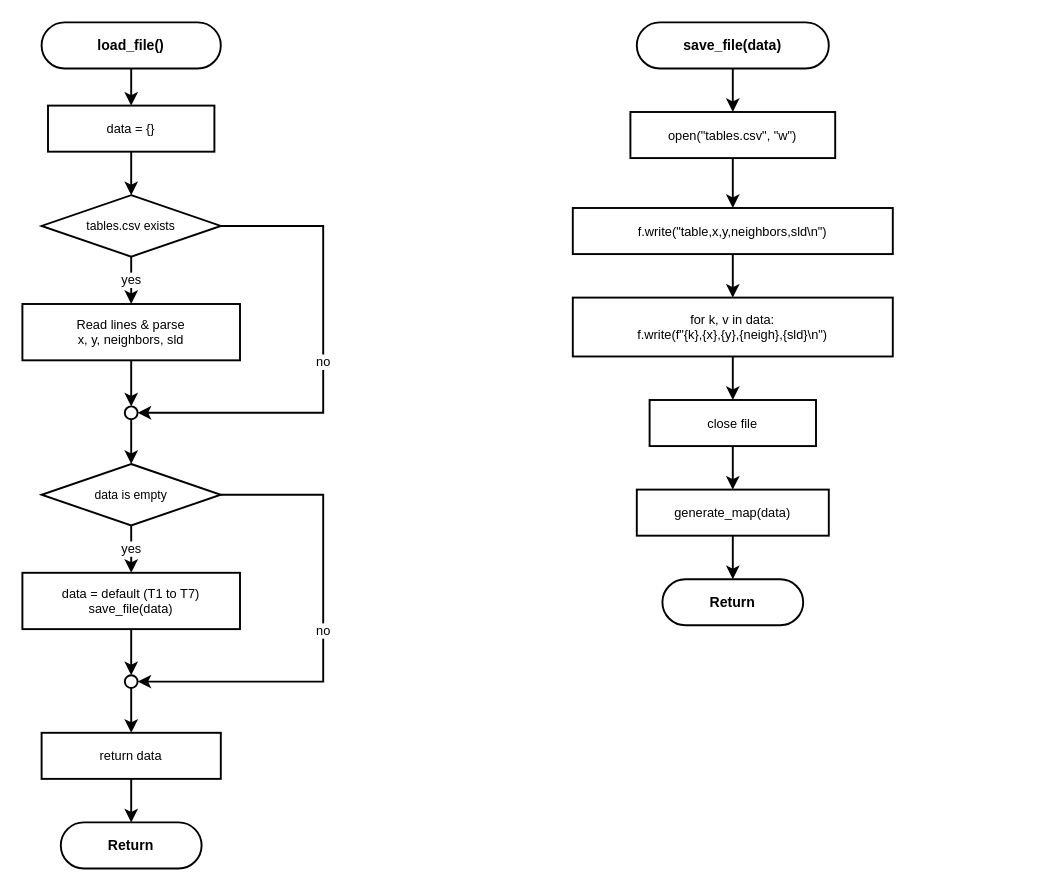
Before: program002/flowchart/11_file_io.drawio in kittiphong064008-cyber/AI-Coding, a draw.io diagram. Source tidied: cells renumbered, new cells numbered last; positions are measured from the earlier drawing's top-left corner, leaving out a move shared by most shapes. Both pictures are drawn from the tidied source at 128%, with x=0, y=0 at pixel (22, 22).
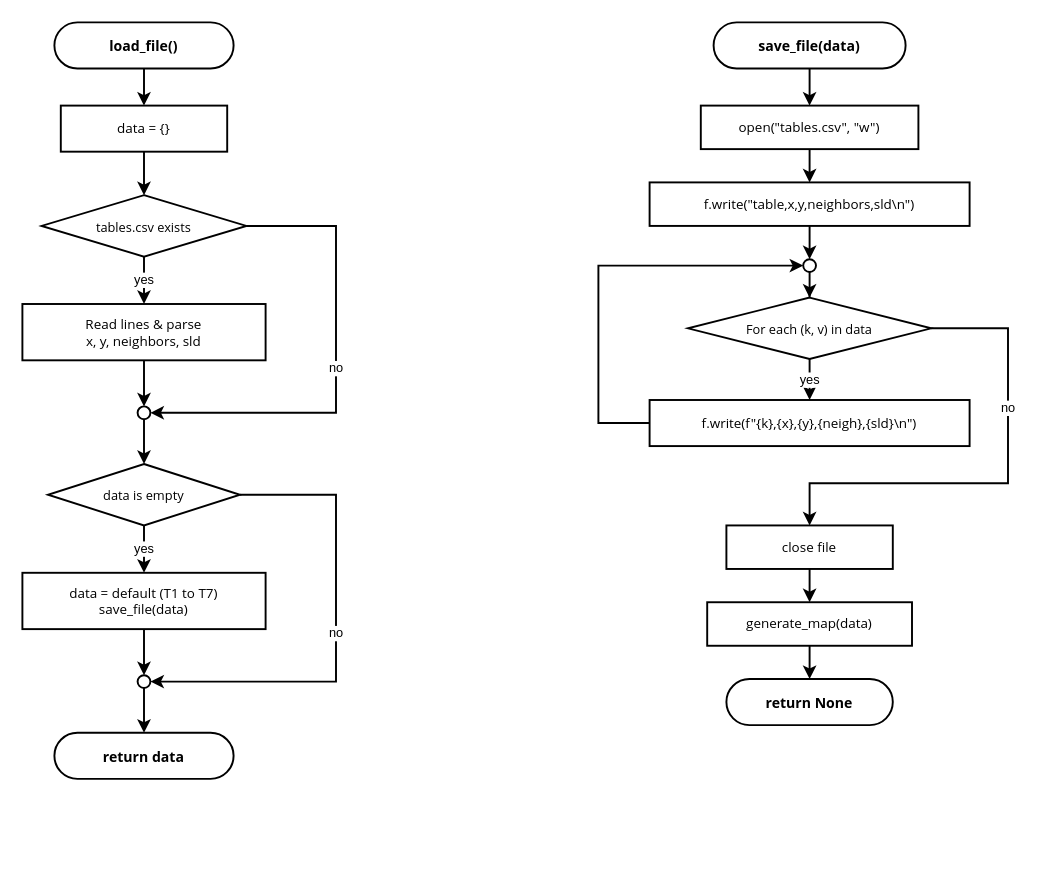
After the change.

Diff of the diagram source:
```diff
@@
-    <mxCell id="2" value="load_file()" style="rounded=1;whiteSpace=wrap;html=1;arcSize=50;fillColor=#ffffff;strokeColor=#000000;strokeWidth=1.5;fontSize=11;fontFamily=Helvetica;fontStyle=1;" parent="1" vertex="1">
-      <mxGeometry x="15" width="140" height="36" as="geometry" />
+    <mxCell id="2" value="load_file()" style="rounded=1;whiteSpace=wrap;html=1;arcSize=50;fillColor=#ffffff;strokeColor=#000000;strokeWidth=1.5;fontSize=11;fontFamily=Segoe UI;fontStyle=1;" parent="1" vertex="1">
+      <mxGeometry x="25" width="140" height="36" as="geometry" />
     </mxCell>
-    <mxCell id="3" value="data = {}" style="rounded=0;whiteSpace=wrap;html=1;fillColor=#ffffff;strokeColor=#000000;strokeWidth=1.5;fontSize=10;fontFamily=Helvetica;" parent="1" vertex="1">
-      <mxGeometry x="20" y="65" width="130" height="36" as="geometry" />
+    <mxCell id="3" value="data = {}" style="rounded=0;whiteSpace=wrap;html=1;fillColor=#ffffff;strokeColor=#000000;strokeWidth=1.5;fontSize=10.5;fontFamily=Segoe UI;" parent="1" vertex="1">
+      <mxGeometry x="30" y="65" width="130" height="36" as="geometry" />
     </mxCell>
-    <mxCell id="4" value="tables.csv exists" style="rhombus;whiteSpace=wrap;html=1;fillColor=#ffffff;strokeColor=#000000;strokeWidth=1.5;fontSize=9.5;fontFamily=Helvetica;" parent="1" vertex="1">
-      <mxGeometry x="15" y="135" width="140" height="48" as="geometry" />
+    <mxCell id="4" value="tables.csv exists" style="rhombus;whiteSpace=wrap;html=1;fillColor=#ffffff;strokeColor=#000000;strokeWidth=1.5;fontSize=10;fontFamily=Segoe UI;" parent="1" vertex="1">
+      <mxGeometry x="15" y="135" width="160" height="48" as="geometry" />
     </mxCell>
-    <mxCell id="5" value="Read lines &amp; parse&#10;x, y, neighbors, sld" style="rounded=0;whiteSpace=wrap;html=1;fillColor=#ffffff;strokeColor=#000000;strokeWidth=1.5;fontSize=10;fontFamily=Helvetica;" parent="1" vertex="1">
-      <mxGeometry y="220" width="170" height="44" as="geometry" />
+    <mxCell id="5" value="Read lines &amp; parse&#10;x, y, neighbors, sld" style="rounded=0;whiteSpace=wrap;html=1;fillColor=#ffffff;strokeColor=#000000;strokeWidth=1.5;fontSize=10.5;fontFamily=Segoe UI;" parent="1" vertex="1">
+      <mxGeometry y="220" width="190" height="44" as="geometry" />
     </mxCell>
     <mxCell id="6" style="ellipse;whiteSpace=wrap;html=1;fillColor=#ffffff;strokeColor=#000000;strokeWidth=1.5;" parent="1" vertex="1">
-      <mxGeometry x="80" y="300" width="10" height="10" as="geometry" />
+      <mxGeometry x="90" y="300" width="10" height="10" as="geometry" />
     </mxCell>
-    <mxCell id="7" value="data is empty" style="rhombus;whiteSpace=wrap;html=1;fillColor=#ffffff;strokeColor=#000000;strokeWidth=1.5;fontSize=9.5;fontFamily=Helvetica;" parent="1" vertex="1">
-      <mxGeometry x="15" y="345" width="140" height="48" as="geometry" />
+    <mxCell id="7" value="data is empty" style="rhombus;whiteSpace=wrap;html=1;fillColor=#ffffff;strokeColor=#000000;strokeWidth=1.5;fontSize=10;fontFamily=Segoe UI;" parent="1" vertex="1">
+      <mxGeometry x="20" y="345" width="150" height="48" as="geometry" />
     </mxCell>
-    <mxCell id="8" value="data = default (T1 to T7)&#10;save_file(data)" style="rounded=0;whiteSpace=wrap;html=1;fillColor=#ffffff;strokeColor=#000000;strokeWidth=1.5;fontSize=10;fontFamily=Helvetica;" parent="1" vertex="1">
-      <mxGeometry y="430" width="170" height="44" as="geometry" />
+    <mxCell id="8" value="data = default (T1 to T7)&#10;save_file(data)" style="rounded=0;whiteSpace=wrap;html=1;fillColor=#ffffff;strokeColor=#000000;strokeWidth=1.5;fontSize=10.5;fontFamily=Segoe UI;" parent="1" vertex="1">
+      <mxGeometry y="430" width="190" height="44" as="geometry" />
     </mxCell>
     <mxCell id="9" style="ellipse;whiteSpace=wrap;html=1;fillColor=#ffffff;strokeColor=#000000;strokeWidth=1.5;" parent="1" vertex="1">
-      <mxGeometry x="80" y="510" width="10" height="10" as="geometry" />
+      <mxGeometry x="90" y="510" width="10" height="10" as="geometry" />
     </mxCell>
-    <mxCell id="10" value="return data" style="rounded=0;whiteSpace=wrap;html=1;fillColor=#ffffff;strokeColor=#000000;strokeWidth=1.5;fontSize=10;fontFamily=Helvetica;" parent="1" vertex="1">
-      <mxGeometry x="15" y="555" width="140" height="36" as="geometry" />
-    </mxCell>
-    <mxCell id="11" value="Return" style="rounded=1;whiteSpace=wrap;html=1;arcSize=50;fillColor=#ffffff;strokeColor=#000000;strokeWidth=1.5;fontSize=11;fontFamily=Helvetica;fontStyle=1;" parent="1" vertex="1">
-      <mxGeometry x="30" y="625" width="110" height="36" as="geometry" />
+    <mxCell id="11" value="return data" style="rounded=1;whiteSpace=wrap;html=1;arcSize=50;fillColor=#ffffff;strokeColor=#000000;strokeWidth=1.5;fontSize=11;fontFamily=Segoe UI;fontStyle=1;" parent="1" vertex="1">
+      <mxGeometry x="25" y="555" width="140" height="36" as="geometry" />
     </mxCell>
-    <mxCell id="12" value="save_file(data)" style="rounded=1;whiteSpace=wrap;html=1;arcSize=50;fillColor=#ffffff;strokeColor=#000000;strokeWidth=1.5;fontSize=11;fontFamily=Helvetica;fontStyle=1;" parent="1" vertex="1">
-      <mxGeometry x="480" width="150" height="36" as="geometry" />
+    <mxCell id="12" value="save_file(data)" style="rounded=1;whiteSpace=wrap;html=1;arcSize=50;fillColor=#ffffff;strokeColor=#000000;strokeWidth=1.5;fontSize=11;fontFamily=Segoe UI;fontStyle=1;" parent="1" vertex="1">
+      <mxGeometry x="540" width="150" height="36" as="geometry" />
     </mxCell>
-    <mxCell id="13" value="open(&quot;tables.csv&quot;, &quot;w&quot;)" style="rounded=0;whiteSpace=wrap;html=1;fillColor=#ffffff;strokeColor=#000000;strokeWidth=1.5;fontSize=10;fontFamily=Helvetica;" parent="1" vertex="1">
-      <mxGeometry x="475" y="70" width="160" height="36" as="geometry" />
+    <mxCell id="13" value="open(&quot;tables.csv&quot;, &quot;w&quot;)" style="rounded=0;whiteSpace=wrap;html=1;fillColor=#ffffff;strokeColor=#000000;strokeWidth=1.5;fontSize=10.5;fontFamily=Segoe UI;" parent="1" vertex="1">
+      <mxGeometry x="530" y="65" width="170" height="34" as="geometry" />
     </mxCell>
-    <mxCell id="14" value="f.write(&quot;table,x,y,neighbors,sld\n&quot;)" style="rounded=0;whiteSpace=wrap;html=1;fillColor=#ffffff;strokeColor=#000000;strokeWidth=1.5;fontSize=10;fontFamily=Helvetica;" parent="1" vertex="1">
-      <mxGeometry x="430" y="145" width="250" height="36" as="geometry" />
+    <mxCell id="14" value="f.write(&quot;table,x,y,neighbors,sld\n&quot;)" style="rounded=0;whiteSpace=wrap;html=1;fillColor=#ffffff;strokeColor=#000000;strokeWidth=1.5;fontSize=10.5;fontFamily=Segoe UI;" parent="1" vertex="1">
+      <mxGeometry x="490" y="125" width="250" height="34" as="geometry" />
     </mxCell>
-    <mxCell id="15" value="for k, v in data:&#10;f.write(f&quot;{k},{x},{y},{neigh},{sld}\n&quot;)" style="rounded=0;whiteSpace=wrap;html=1;fillColor=#ffffff;strokeColor=#000000;strokeWidth=1.5;fontSize=10;fontFamily=Helvetica;" parent="1" vertex="1">
-      <mxGeometry x="430" y="215" width="250" height="46" as="geometry" />
-    </mxCell>
+    <mxCell id="36" style="ellipse;whiteSpace=wrap;html=1;fillColor=#ffffff;strokeColor=#000000;strokeWidth=1.5;" parent="1" vertex="1">
+      <mxGeometry x="610" y="185" width="10" height="10" as="geometry" />
+    </mxCell>
+    <mxCell id="37" value="For each (k, v) in data" style="rhombus;whiteSpace=wrap;html=1;fillColor=#ffffff;strokeColor=#000000;strokeWidth=1.5;fontSize=10;fontFamily=Segoe UI;" parent="1" vertex="1">
+      <mxGeometry x="520" y="215" width="190" height="48" as="geometry" />
+    </mxCell>
+    <mxCell id="38" value="f.write(f&quot;{k},{x},{y},{neigh},{sld}\n&quot;)" style="rounded=0;whiteSpace=wrap;html=1;fillColor=#ffffff;strokeColor=#000000;strokeWidth=1.5;fontSize=10.5;fontFamily=Segoe UI;" parent="1" vertex="1">
+      <mxGeometry x="490" y="295" width="250" height="36" as="geometry" />
+    </mxCell>
-    <mxCell id="16" value="close file" style="rounded=0;whiteSpace=wrap;html=1;fillColor=#ffffff;strokeColor=#000000;strokeWidth=1.5;fontSize=10;fontFamily=Helvetica;" parent="1" vertex="1">
-      <mxGeometry x="490" y="295" width="130" height="36" as="geometry" />
+    <mxCell id="16" value="close file" style="rounded=0;whiteSpace=wrap;html=1;fillColor=#ffffff;strokeColor=#000000;strokeWidth=1.5;fontSize=10.5;fontFamily=Segoe UI;" parent="1" vertex="1">
+      <mxGeometry x="550" y="393" width="130" height="34" as="geometry" />
     </mxCell>
-    <mxCell id="17" value="generate_map(data)" style="rounded=0;whiteSpace=wrap;html=1;fillColor=#ffffff;strokeColor=#000000;strokeWidth=1.5;fontSize=10;fontFamily=Helvetica;" parent="1" vertex="1">
-      <mxGeometry x="480" y="365" width="150" height="36" as="geometry" />
+    <mxCell id="17" value="generate_map(data)" style="rounded=0;whiteSpace=wrap;html=1;fillColor=#ffffff;strokeColor=#000000;strokeWidth=1.5;fontSize=10.5;fontFamily=Segoe UI;" parent="1" vertex="1">
+      <mxGeometry x="535" y="453" width="160" height="34" as="geometry" />
     </mxCell>
-    <mxCell id="18" value="Return" style="rounded=1;whiteSpace=wrap;html=1;arcSize=50;fillColor=#ffffff;strokeColor=#000000;strokeWidth=1.5;fontSize=11;fontFamily=Helvetica;fontStyle=1;" parent="1" vertex="1">
-      <mxGeometry x="500" y="435" width="110" height="36" as="geometry" />
+    <mxCell id="18" value="return None" style="rounded=1;whiteSpace=wrap;html=1;arcSize=50;fillColor=#ffffff;strokeColor=#000000;strokeWidth=1.5;fontSize=11;fontFamily=Segoe UI;fontStyle=1;" parent="1" vertex="1">
+      <mxGeometry x="550" y="513" width="130" height="36" as="geometry" />
     </mxCell>
@@
     <mxCell id="23" value="no" style="edgeStyle=orthogonalEdgeStyle;rounded=0;jettySize=auto;html=1;strokeWidth=1.5;strokeColor=#000000;fontSize=10;fontColor=#000000;exitX=1;exitY=0.5;exitDx=0;exitDy=0;entryX=1;entryY=0.5;entryDx=0;entryDy=0;" parent="1" edge="1" source="4" target="6">
       <mxGeometry relative="1" as="geometry">
         <Array as="points">
-          <mxPoint x="235" y="159" />
-          <mxPoint x="235" y="305" />
+          <mxPoint x="245" y="159" />
+          <mxPoint x="245" y="305" />
         </Array>
       </mxGeometry>
     </mxCell>
@@
     <mxCell id="27" value="no" style="edgeStyle=orthogonalEdgeStyle;rounded=0;jettySize=auto;html=1;strokeWidth=1.5;strokeColor=#000000;fontSize=10;fontColor=#000000;exitX=1;exitY=0.5;exitDx=0;exitDy=0;entryX=1;entryY=0.5;entryDx=0;entryDy=0;" parent="1" edge="1" source="7" target="9">
       <mxGeometry relative="1" as="geometry">
         <Array as="points">
-          <mxPoint x="235" y="369" />
-          <mxPoint x="235" y="515" />
+          <mxPoint x="245" y="369" />
+          <mxPoint x="245" y="515" />
         </Array>
       </mxGeometry>
     </mxCell>
-    <mxCell id="28" style="edgeStyle=orthogonalEdgeStyle;rounded=0;jettySize=auto;html=1;strokeWidth=1.5;strokeColor=#000000;fontSize=10;fontColor=#000000;" parent="1" edge="1" source="9" target="10">
+    <mxCell id="28" style="edgeStyle=orthogonalEdgeStyle;rounded=0;jettySize=auto;html=1;strokeWidth=1.5;strokeColor=#000000;fontSize=10;fontColor=#000000;" parent="1" edge="1" source="9" target="11">
       <mxGeometry relative="1" as="geometry" />
     </mxCell>
-    <mxCell id="29" style="edgeStyle=orthogonalEdgeStyle;rounded=0;jettySize=auto;html=1;strokeWidth=1.5;strokeColor=#000000;fontSize=10;fontColor=#000000;" parent="1" edge="1" source="10" target="11">
+    <mxCell id="29" style="edgeStyle=orthogonalEdgeStyle;rounded=0;jettySize=auto;html=1;strokeWidth=1.5;strokeColor=#000000;fontSize=10;fontColor=#000000;" parent="1" edge="1" source="12" target="13">
       <mxGeometry relative="1" as="geometry" />
     </mxCell>
-    <mxCell id="30" style="edgeStyle=orthogonalEdgeStyle;rounded=0;jettySize=auto;html=1;strokeWidth=1.5;strokeColor=#000000;fontSize=10;fontColor=#000000;" parent="1" edge="1" source="12" target="13">
+    <mxCell id="30" style="edgeStyle=orthogonalEdgeStyle;rounded=0;jettySize=auto;html=1;strokeWidth=1.5;strokeColor=#000000;fontSize=10;fontColor=#000000;" parent="1" edge="1" source="13" target="14">
       <mxGeometry relative="1" as="geometry" />
     </mxCell>
-    <mxCell id="31" style="edgeStyle=orthogonalEdgeStyle;rounded=0;jettySize=auto;html=1;strokeWidth=1.5;strokeColor=#000000;fontSize=10;fontColor=#000000;" parent="1" edge="1" source="13" target="14">
+    <mxCell id="31" style="edgeStyle=orthogonalEdgeStyle;rounded=0;jettySize=auto;html=1;strokeWidth=1.5;strokeColor=#000000;fontSize=10;fontColor=#000000;" parent="1" edge="1" source="14" target="36">
       <mxGeometry relative="1" as="geometry" />
     </mxCell>
-    <mxCell id="32" style="edgeStyle=orthogonalEdgeStyle;rounded=0;jettySize=auto;html=1;strokeWidth=1.5;strokeColor=#000000;fontSize=10;fontColor=#000000;" parent="1" edge="1" source="14" target="15">
+    <mxCell id="32" style="edgeStyle=orthogonalEdgeStyle;rounded=0;jettySize=auto;html=1;strokeWidth=1.5;strokeColor=#000000;fontSize=10;fontColor=#000000;" parent="1" edge="1" source="36" target="37">
       <mxGeometry relative="1" as="geometry" />
     </mxCell>
-    <mxCell id="33" style="edgeStyle=orthogonalEdgeStyle;rounded=0;jettySize=auto;html=1;strokeWidth=1.5;strokeColor=#000000;fontSize=10;fontColor=#000000;" parent="1" edge="1" source="15" target="16">
+    <mxCell id="33" value="yes" style="edgeStyle=orthogonalEdgeStyle;rounded=0;jettySize=auto;html=1;strokeWidth=1.5;strokeColor=#000000;fontSize=10;fontColor=#000000;" parent="1" edge="1" source="37" target="38">
       <mxGeometry relative="1" as="geometry" />
     </mxCell>
-    <mxCell id="34" style="edgeStyle=orthogonalEdgeStyle;rounded=0;jettySize=auto;html=1;strokeWidth=1.5;strokeColor=#000000;fontSize=10;fontColor=#000000;" parent="1" edge="1" source="16" target="17">
-      <mxGeometry relative="1" as="geometry" />
+    <mxCell id="34" style="edgeStyle=orthogonalEdgeStyle;rounded=0;jettySize=auto;html=1;strokeWidth=1.5;strokeColor=#000000;fontSize=10;fontColor=#000000;exitX=0;exitY=0.5;exitDx=0;exitDy=0;entryX=0;entryY=0.5;entryDx=0;entryDy=0;" parent="1" edge="1" source="38" target="36">
+      <mxGeometry x="0.23" relative="1" as="geometry">
+        <Array as="points">
+          <mxPoint x="450" y="313" />
+          <mxPoint x="450" y="190" />
+        </Array>
+      </mxGeometry>
     </mxCell>
-    <mxCell id="35" style="edgeStyle=orthogonalEdgeStyle;rounded=0;jettySize=auto;html=1;strokeWidth=1.5;strokeColor=#000000;fontSize=10;fontColor=#000000;" parent="1" edge="1" source="17" target="18">
-      <mxGeometry relative="1" as="geometry" />
+    <mxCell id="35" value="no" style="edgeStyle=orthogonalEdgeStyle;rounded=0;jettySize=auto;html=1;strokeWidth=1.5;strokeColor=#000000;fontSize=10;fontColor=#000000;exitX=1;exitY=0.5;exitDx=0;exitDy=0;entryX=0.5;entryY=0;entryDx=0;entryDy=0;" parent="1" edge="1" source="37" target="16">
+      <mxGeometry x="-0.34" relative="1" as="geometry">
+        <Array as="points">
+          <mxPoint x="770" y="239" />
+          <mxPoint x="770" y="360" />
+          <mxPoint x="615" y="360" />
+        </Array>
+      </mxGeometry>
     </mxCell>
+    <mxCell id="39" style="edgeStyle=orthogonalEdgeStyle;rounded=0;jettySize=auto;html=1;strokeWidth=1.5;strokeColor=#000000;fontSize=10;fontColor=#000000;" parent="1" edge="1" source="16" target="17">
+      <mxGeometry relative="1" as="geometry" />
+    </mxCell>
+    <mxCell id="40" style="edgeStyle=orthogonalEdgeStyle;rounded=0;jettySize=auto;html=1;strokeWidth=1.5;strokeColor=#000000;fontSize=10;fontColor=#000000;" parent="1" edge="1" source="17" target="18">
+      <mxGeometry relative="1" as="geometry" />
+    </mxCell>
```
